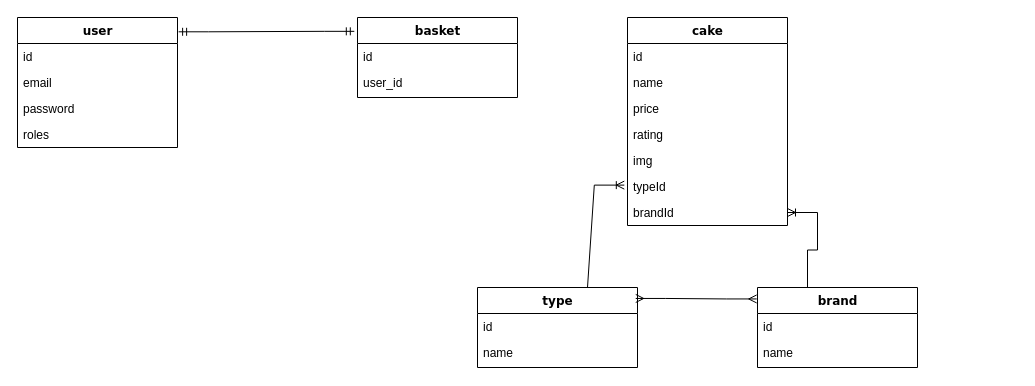
Before: BD.drawio in LegatHunter/Cake_Shop, a draw.io diagram. Source tidied: cells renumbered, new cells numbered last; positions are measured from the earlier drawing's top-left corner, leaving out a move shared by most shapes. Both pictures are drawn from the tidied source at 100%, with x=0, y=0 at pixel (17, 17).
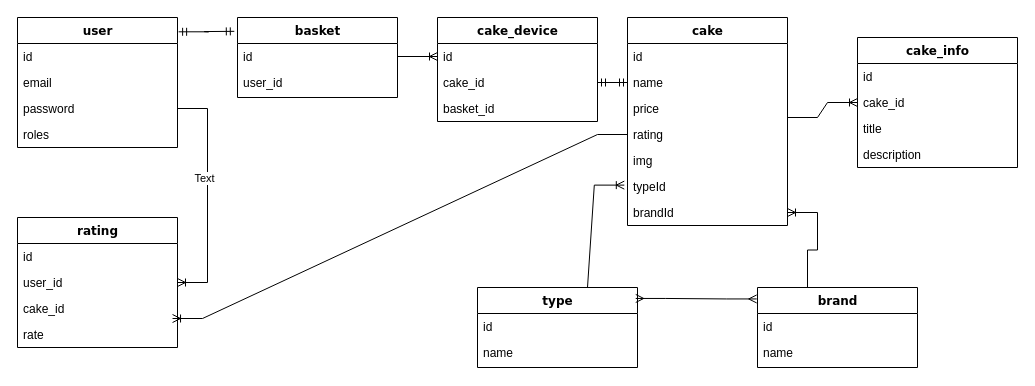
After the change.

The change refers to these unchanged cells:
```xml
<mxCell id="5" value="password" style="text;html=1;strokeColor=none;fillColor=none;align=left;verticalAlign=top;spacingLeft=4;spacingRight=4;whiteSpace=wrap;overflow=hidden;points=[[0,0.5],[1,0.5]];portConstraint=eastwest;" parent="2" vertex="1">
  <mxGeometry y="78" width="160" height="26" as="geometry" />
</mxCell>
<mxCell id="8" value="id" style="text;html=1;strokeColor=none;fillColor=none;align=left;verticalAlign=top;spacingLeft=4;spacingRight=4;whiteSpace=wrap;overflow=hidden;points=[[0,0.5],[1,0.5]];portConstraint=eastwest;" parent="7" vertex="1">
  <mxGeometry y="26" width="160" height="26" as="geometry" />
</mxCell>
<mxCell id="13" value="name" style="text;html=1;strokeColor=none;fillColor=none;align=left;verticalAlign=top;spacingLeft=4;spacingRight=4;whiteSpace=wrap;overflow=hidden;points=[[0,0.5],[1,0.5]];portConstraint=eastwest;" parent="11" vertex="1">
  <mxGeometry y="52" width="160" height="26" as="geometry" />
</mxCell>
<mxCell id="15" value="rating" style="text;html=1;strokeColor=none;fillColor=none;align=left;verticalAlign=top;spacingLeft=4;spacingRight=4;whiteSpace=wrap;overflow=hidden;points=[[0,0.5],[1,0.5]];portConstraint=eastwest;" parent="11" vertex="1">
  <mxGeometry y="104" width="160" height="26" as="geometry" />
</mxCell>
```

Diff of the diagram source:
```diff
@@
     <mxCell id="7" value="basket" style="swimlane;html=1;fontStyle=1;align=center;verticalAlign=top;horizontal=1;startSize=26;swimlaneFillColor=#ffffff;rounded=0;shadow=0;comic=0;labelBackgroundColor=none;strokeWidth=1;fillColor=none;fontFamily=Verdana;fontSize=12;" parent="1" vertex="1">
-      <mxGeometry x="340" width="160" height="80" as="geometry" />
+      <mxGeometry x="220" width="160" height="80" as="geometry" />
     </mxCell>
@@
+    <mxCell id="28" value="cake_info" style="swimlane;html=1;fontStyle=1;align=center;verticalAlign=top;horizontal=1;startSize=26;swimlaneFillColor=#ffffff;rounded=0;shadow=0;comic=0;labelBackgroundColor=none;strokeWidth=1;fillColor=none;fontFamily=Verdana;fontSize=12;" parent="1" vertex="1">
+      <mxGeometry x="840" y="20" width="160" height="130" as="geometry" />
+    </mxCell>
+    <mxCell id="29" value="id" style="text;html=1;strokeColor=none;fillColor=none;align=left;verticalAlign=top;spacingLeft=4;spacingRight=4;whiteSpace=wrap;overflow=hidden;" parent="28" vertex="1">
+      <mxGeometry y="26" width="160" height="26" as="geometry" />
+    </mxCell>
+    <mxCell id="30" value="cake_id" style="text;html=1;strokeColor=none;fillColor=none;align=left;verticalAlign=top;spacingLeft=4;spacingRight=4;whiteSpace=wrap;overflow=hidden;points=[[0,0.5],[1,0.5]];portConstraint=eastwest;" parent="28" vertex="1">
+      <mxGeometry y="52" width="160" height="26" as="geometry" />
+    </mxCell>
+    <mxCell id="31" value="title" style="text;html=1;strokeColor=none;fillColor=none;align=left;verticalAlign=top;spacingLeft=4;spacingRight=4;whiteSpace=wrap;overflow=hidden;" parent="28" vertex="1">
+      <mxGeometry y="78" width="160" height="26" as="geometry" />
+    </mxCell>
+    <mxCell id="32" value="description" style="text;html=1;strokeColor=none;fillColor=none;align=left;verticalAlign=top;spacingLeft=4;spacingRight=4;whiteSpace=wrap;overflow=hidden;" parent="28" vertex="1">
+      <mxGeometry y="104" width="160" height="26" as="geometry" />
+    </mxCell>
+    <mxCell id="33" style="edgeStyle=entityRelationEdgeStyle;fontSize=12;html=1;endArrow=ERoneToMany;rounded=0;entryX=0;entryY=0.5;entryDx=0;entryDy=0;" parent="1" edge="1" target="30">
+      <mxGeometry relative="1" as="geometry">
+        <mxPoint x="770" y="100" as="sourcePoint" />
+      </mxGeometry>
+    </mxCell>
+    <mxCell id="34" value="cake_device&lt;div&gt;&lt;br&gt;&lt;/div&gt;" style="swimlane;html=1;fontStyle=1;align=center;verticalAlign=top;horizontal=1;startSize=26;swimlaneFillColor=#ffffff;rounded=0;shadow=0;comic=0;labelBackgroundColor=none;strokeWidth=1;fillColor=none;fontFamily=Verdana;fontSize=12;" parent="1" vertex="1">
+      <mxGeometry x="420" width="160" height="104" as="geometry" />
+    </mxCell>
+    <mxCell id="35" value="id" style="text;html=1;strokeColor=none;fillColor=none;align=left;verticalAlign=top;spacingLeft=4;spacingRight=4;whiteSpace=wrap;overflow=hidden;points=[[0,0.5],[1,0.5]];portConstraint=eastwest;" parent="34" vertex="1">
+      <mxGeometry y="26" width="160" height="26" as="geometry" />
+    </mxCell>
+    <mxCell id="36" value="cake_id" style="text;html=1;strokeColor=none;fillColor=none;align=left;verticalAlign=top;spacingLeft=4;spacingRight=4;whiteSpace=wrap;overflow=hidden;points=[[0,0.5],[1,0.5]];portConstraint=eastwest;" parent="34" vertex="1">
+      <mxGeometry y="52" width="160" height="26" as="geometry" />
+    </mxCell>
+    <mxCell id="37" value="basket_id" style="text;html=1;strokeColor=none;fillColor=none;align=left;verticalAlign=top;spacingLeft=4;spacingRight=4;whiteSpace=wrap;overflow=hidden;" parent="34" vertex="1">
+      <mxGeometry y="78" width="160" height="26" as="geometry" />
+    </mxCell>
+    <mxCell id="38" style="edgeStyle=entityRelationEdgeStyle;fontSize=12;html=1;endArrow=ERoneToMany;rounded=0;exitX=1;exitY=0.5;exitDx=0;exitDy=0;entryX=0;entryY=0.5;entryDx=0;entryDy=0;" parent="1" edge="1" source="8" target="35">
+      <mxGeometry relative="1" as="geometry" />
+    </mxCell>
+    <mxCell id="39" style="edgeStyle=entityRelationEdgeStyle;fontSize=12;html=1;endArrow=ERmandOne;startArrow=ERmandOne;rounded=0;exitX=1;exitY=0.5;exitDx=0;exitDy=0;entryX=0;entryY=0.5;entryDx=0;entryDy=0;" parent="1" edge="1" source="36" target="13">
+      <mxGeometry relative="1" as="geometry" />
+    </mxCell>
+    <mxCell id="40" value="rating" style="swimlane;html=1;fontStyle=1;align=center;verticalAlign=top;horizontal=1;startSize=26;swimlaneFillColor=#ffffff;rounded=0;shadow=0;comic=0;labelBackgroundColor=none;strokeWidth=1;fillColor=none;fontFamily=Verdana;fontSize=12;" parent="1" vertex="1">
+      <mxGeometry y="200" width="160" height="130" as="geometry" />
+    </mxCell>
+    <mxCell id="41" value="id" style="text;html=1;strokeColor=none;fillColor=none;align=left;verticalAlign=top;spacingLeft=4;spacingRight=4;whiteSpace=wrap;overflow=hidden;" parent="40" vertex="1">
+      <mxGeometry y="26" width="160" height="26" as="geometry" />
+    </mxCell>
+    <mxCell id="42" value="user_id" style="text;html=1;strokeColor=none;fillColor=none;align=left;verticalAlign=top;spacingLeft=4;spacingRight=4;whiteSpace=wrap;overflow=hidden;" parent="40" vertex="1">
+      <mxGeometry y="52" width="160" height="26" as="geometry" />
+    </mxCell>
+    <mxCell id="43" value="cake_id" style="text;html=1;strokeColor=none;fillColor=none;align=left;verticalAlign=top;spacingLeft=4;spacingRight=4;whiteSpace=wrap;overflow=hidden;" parent="40" vertex="1">
+      <mxGeometry y="78" width="160" height="26" as="geometry" />
+    </mxCell>
+    <mxCell id="44" value="rate" style="text;html=1;strokeColor=none;fillColor=none;align=left;verticalAlign=top;spacingLeft=4;spacingRight=4;whiteSpace=wrap;overflow=hidden;points=[[0,0.5],[1,0.5]];portConstraint=eastwest;" parent="40" vertex="1">
+      <mxGeometry y="104" width="160" height="26" as="geometry" />
+    </mxCell>
+    <mxCell id="45" style="edgeStyle=entityRelationEdgeStyle;fontSize=12;html=1;endArrow=ERoneToMany;rounded=0;exitX=1;exitY=0.5;exitDx=0;exitDy=0;curved=0;" parent="1" edge="1" source="5" target="40">
+      <mxGeometry relative="1" as="geometry">
+        <Array as="points">
+          <mxPoint x="80" y="180" />
+          <mxPoint x="80" y="164" />
+          <mxPoint x="80" y="180" />
+        </Array>
+      </mxGeometry>
+    </mxCell>
+    <mxCell id="46" value="Text" style="edgeLabel;html=1;align=center;verticalAlign=middle;" parent="45" vertex="1">
+      <mxGeometry x="-0.15" y="-4" relative="1" as="geometry" />
+    </mxCell>
+    <mxCell id="47" style="edgeStyle=entityRelationEdgeStyle;fontSize=12;html=1;endArrow=ERoneToMany;rounded=0;exitX=0;exitY=0.5;exitDx=0;exitDy=0;entryX=0.969;entryY=-0.115;entryDx=0;entryDy=0;entryPerimeter=0;" parent="1" edge="1" source="15" target="44">
+      <mxGeometry relative="1" as="geometry" />
+    </mxCell>
```
